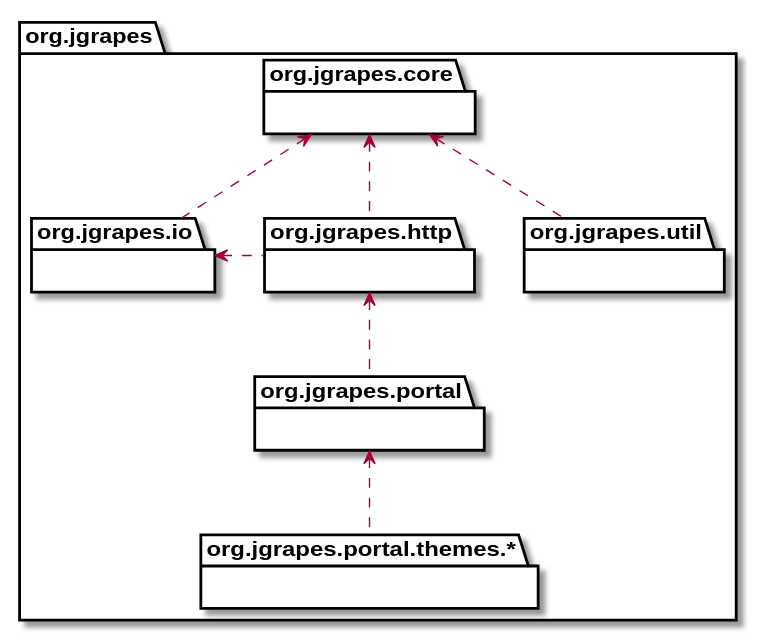
This is javadoc/package-hierarchy.svg from mnlipp/jgrapes, a PlantUML export, as it was before one commit. Source of this version:
```plantuml
@startuml
skinparam svgLinkTarget _parent

package org.jgrapes {
    package org.jgrapes.core [[org/jgrapes/core/package-summary.html#package.description]] {
    }

    package org.jgrapes.util [[org/jgrapes/util/package-summary.html#package.description]] {
    }

    package org.jgrapes.io [[org/jgrapes/io/package-summary.html#package.description]] {
    }

    package org.jgrapes.http [[org/jgrapes/http/package-summary.html#package.description]] {
    }

    package org.jgrapes.portal [[org/jgrapes/portal/package-summary.html#package.description]] {
    }

    package "org.jgrapes.portal.themes.*" {
    }
}

org.jgrapes.core <.. org.jgrapes.io
org.jgrapes.core <.. org.jgrapes.util
org.jgrapes.core <.. org.jgrapes.http
org.jgrapes.io <.right. org.jgrapes.http
org.jgrapes.http <.. org.jgrapes.portal
org.jgrapes.portal <.. "org.jgrapes.portal.themes.*"
@enduml
```
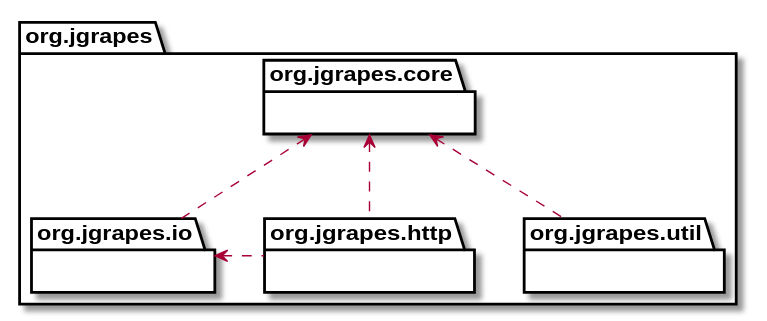
The same file after the commit.

The edit, as a diff of the source:
```diff
@@ -13,18 +13,10 @@
 
     package org.jgrapes.http [[org/jgrapes/http/package-summary.html#package.description]] {
     }
-
-    package org.jgrapes.portal [[org/jgrapes/portal/package-summary.html#package.description]] {
-    }
-
-    package "org.jgrapes.portal.themes.*" {
-    }
 }
 
 org.jgrapes.core <.. org.jgrapes.io
 org.jgrapes.core <.. org.jgrapes.util
 org.jgrapes.core <.. org.jgrapes.http
 org.jgrapes.io <.right. org.jgrapes.http
-org.jgrapes.http <.. org.jgrapes.portal
-org.jgrapes.portal <.. "org.jgrapes.portal.themes.*"
 @enduml
```
